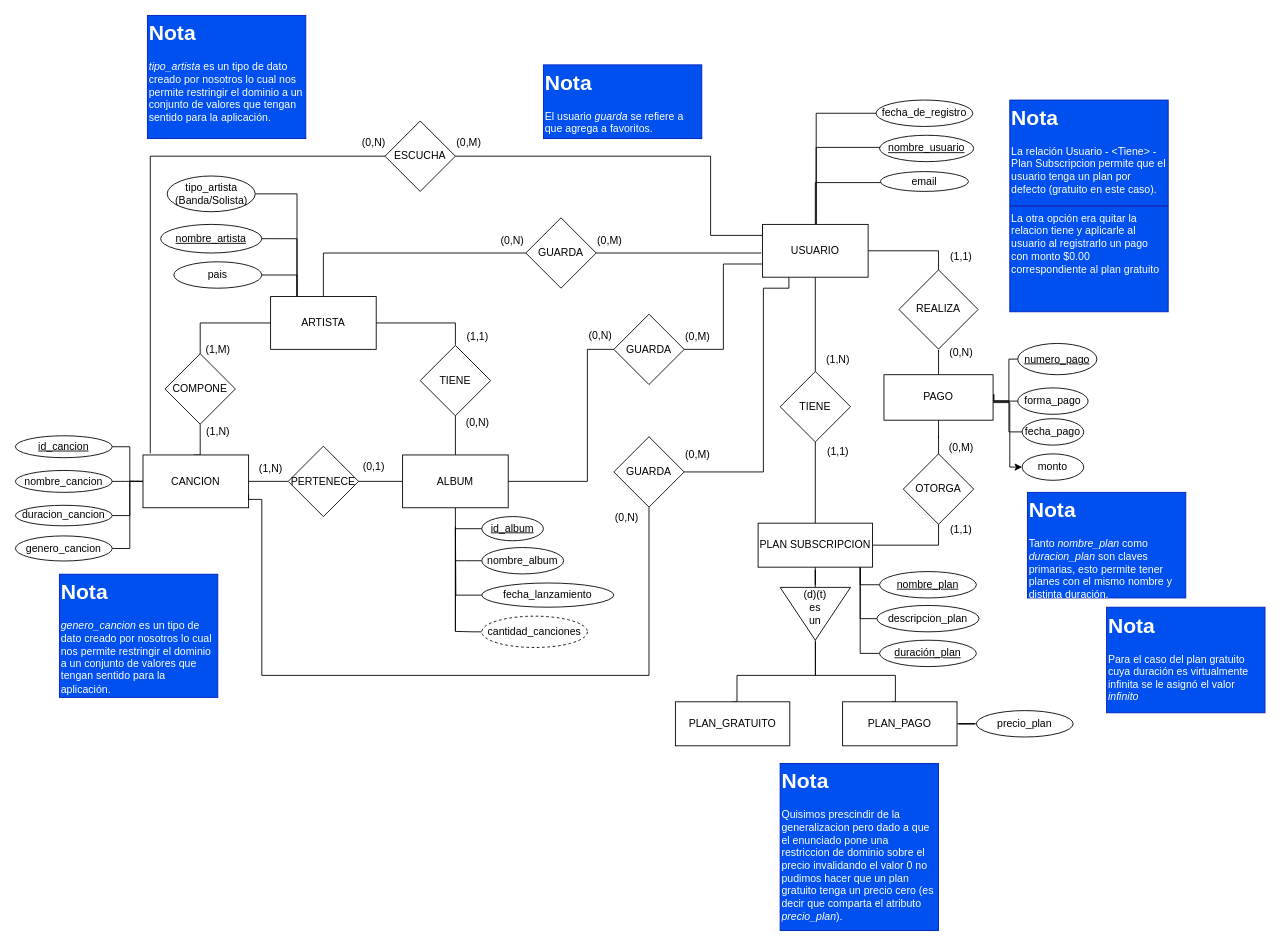
This is TP_Musica.drawio from NachoSco/TP_BDD, a draw.io file, before an edit. Source tidied: cells renumbered, new cells numbered last; positions are measured from the earlier drawing's top-left corner, leaving out a move shared by most shapes. Both pictures are drawn from the tidied source at 88%, with x=0, y=0 at pixel (15, 15).
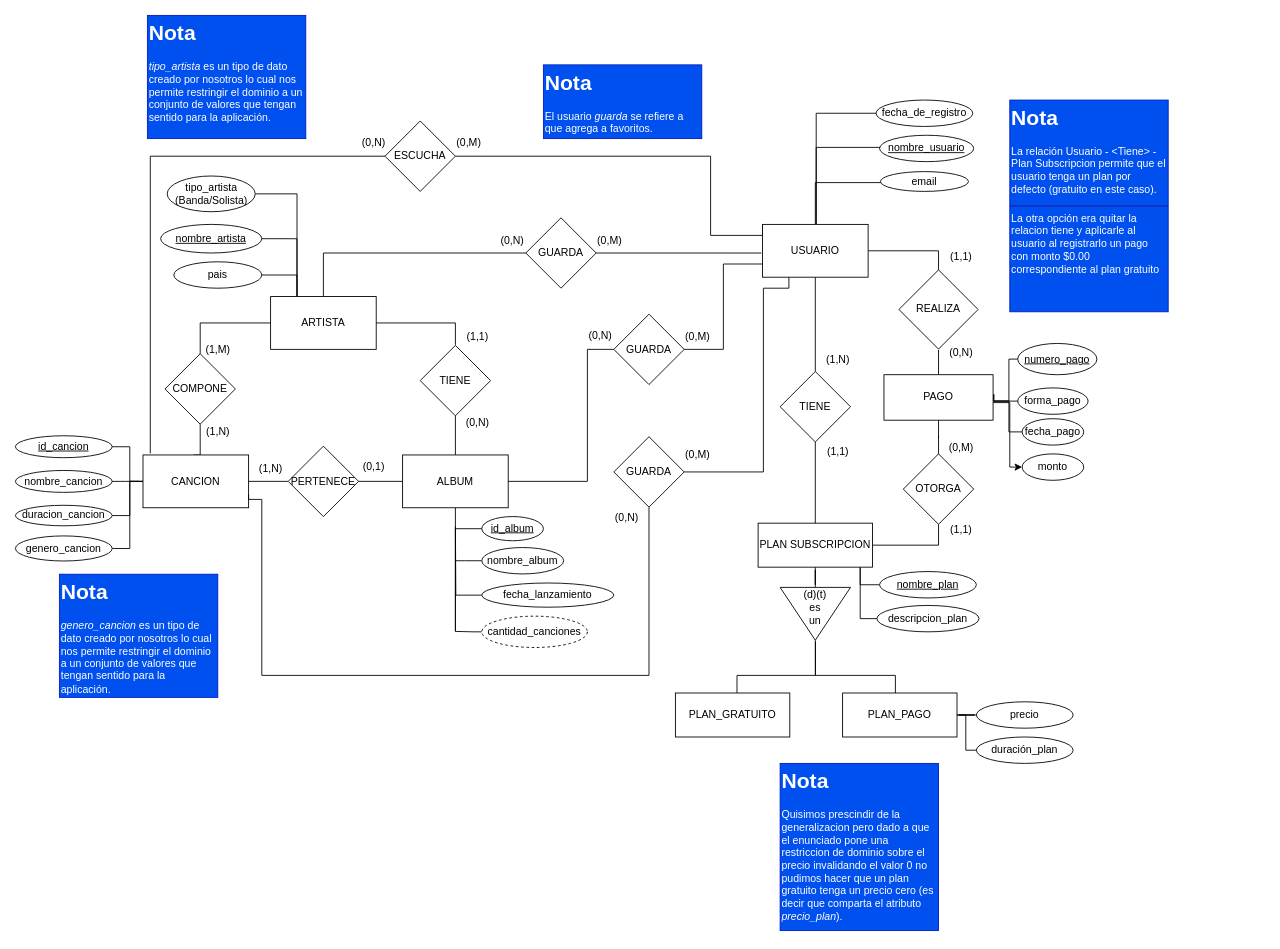
After the change.

The change refers to these unchanged cells:
```xml
<mxCell id="19" value="PLAN SUBSCRIPCION" style="rounded=0;whiteSpace=wrap;html=1;" parent="1" vertex="1">
  <mxGeometry x="844" y="577" width="130" height="50" as="geometry" />
</mxCell>
```

The edit, as a diff of the source:
```diff
@@
-    <mxCell id="18" style="edgeStyle=orthogonalEdgeStyle;rounded=0;jettySize=auto;html=1;entryX=0;entryY=0.5;entryDx=0;entryDy=0;endArrow=none;startFill=0;" parent="1" edge="1" source="19" target="101">
-      <mxGeometry relative="1" as="geometry">
-        <Array as="points">
-          <mxPoint x="960" y="725" />
-        </Array>
-      </mxGeometry>
-    </mxCell>
@@
-    <mxCell id="52" value="precio_plan" style="ellipse;whiteSpace=wrap;html=1;" parent="1" vertex="1">
-      <mxGeometry x="1092" y="790" width="110" height="30" as="geometry" />
+    <mxCell id="52" value="precio" style="ellipse;whiteSpace=wrap;html=1;" parent="1" vertex="1">
+      <mxGeometry x="1092" y="780" width="110" height="30" as="geometry" />
     </mxCell>
@@
-    <mxCell id="101" value="&lt;u&gt;duración_plan&lt;/u&gt;" style="ellipse;whiteSpace=wrap;html=1;" parent="1" vertex="1">
-      <mxGeometry x="982" y="710" width="110" height="30" as="geometry" />
+    <mxCell id="101" value="duración_plan" style="ellipse;whiteSpace=wrap;html=1;" parent="1" vertex="1">
+      <mxGeometry x="1092" y="820" width="110" height="30" as="geometry" />
     </mxCell>
-    <mxCell id="102" value="&lt;h1 style=&quot;margin-top: 0px;&quot;&gt;Nota&lt;/h1&gt;&lt;p&gt;Tanto &lt;i&gt;nombre_plan&lt;/i&gt;&amp;nbsp;como &lt;i&gt;duracion_plan &lt;/i&gt;son claves primarias, esto permite tener planes con el mismo nombre y distinta duración.&lt;/p&gt;" style="text;html=1;whiteSpace=wrap;overflow=hidden;rounded=0;fillColor=#0050ef;fontColor=#ffffff;strokeColor=#001DBC;" parent="1" vertex="1">
-      <mxGeometry x="1150" y="542" width="180" height="120" as="geometry" />
-    </mxCell>
-    <mxCell id="103" value="&lt;h1 style=&quot;margin-top: 0px;&quot;&gt;Nota&lt;/h1&gt;&lt;p&gt;Para el caso del plan gratuito cuya duración es virtualmente infinita se le asignó el valor &lt;i&gt;infinito&lt;/i&gt;&lt;/p&gt;" style="text;html=1;whiteSpace=wrap;overflow=hidden;rounded=0;fillColor=#0050ef;fontColor=#ffffff;strokeColor=#001DBC;" parent="1" vertex="1">
-      <mxGeometry x="1240" y="672.5" width="180" height="120" as="geometry" />
-    </mxCell>
@@
     <mxCell id="114" value="PLAN_GRATUITO" style="rounded=0;whiteSpace=wrap;html=1;" parent="1" vertex="1">
-      <mxGeometry x="750" y="780" width="130" height="50" as="geometry" />
+      <mxGeometry x="750" y="770" width="130" height="50" as="geometry" />
     </mxCell>
@@
+    <mxCell id="118" style="edgeStyle=orthogonalEdgeStyle;rounded=0;jettySize=auto;html=1;entryX=0;entryY=0.5;entryDx=0;entryDy=0;endArrow=none;startFill=0;" parent="1" edge="1" source="116" target="101">
+      <mxGeometry relative="1" as="geometry">
+        <Array as="points">
+          <mxPoint x="1080" y="795" />
+          <mxPoint x="1080" y="835" />
+        </Array>
+      </mxGeometry>
+    </mxCell>
     <mxCell id="116" value="PLAN_PAGO" style="rounded=0;whiteSpace=wrap;html=1;" parent="1" vertex="1">
-      <mxGeometry x="940" y="780" width="130" height="50" as="geometry" />
+      <mxGeometry x="940" y="770" width="130" height="50" as="geometry" />
     </mxCell>
```
